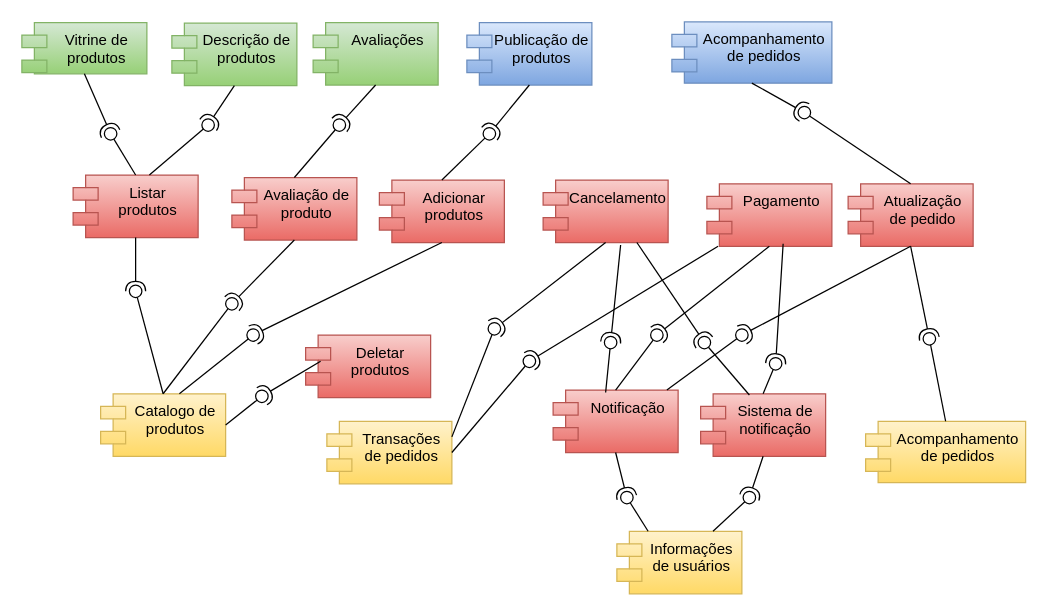
This is Diagrama de Componente.drawio from davimicale/Patinho-Feio-do-Legume, a draw.io file, before an edit. Source tidied: cells renumbered, new cells numbered last; positions are measured from the earlier drawing's top-left corner, leaving out a move shared by most shapes. Both pictures are drawn from the tidied source at 125%, with x=0, y=0 at pixel (21, 21).
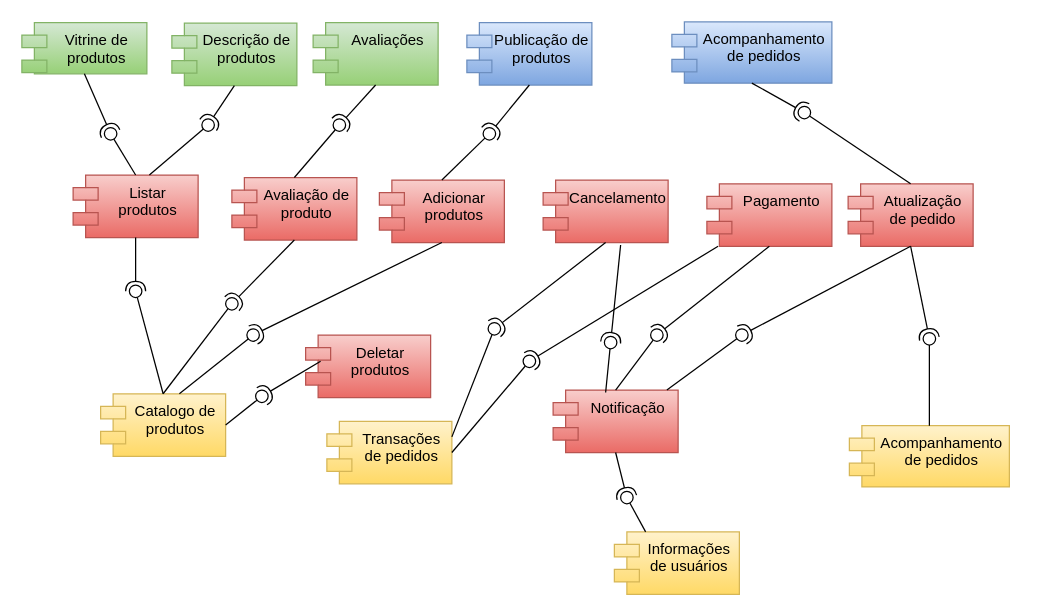
The same diagram, later.

The change refers to these unchanged cells:
```xml
<mxCell id="7" value="Pagamento" style="shape=module;align=left;spacingLeft=20;align=center;verticalAlign=top;whiteSpace=wrap;html=1;fillColor=#f8cecc;gradientColor=#ea6b66;strokeColor=#b85450;" parent="1" vertex="1">
  <mxGeometry x="548" y="129.5" width="100" height="50" as="geometry" />
</mxCell>
<mxCell id="9" value="Cancelamento" style="shape=module;align=left;spacingLeft=20;align=center;verticalAlign=top;whiteSpace=wrap;html=1;fillColor=#f8cecc;gradientColor=#ea6b66;strokeColor=#b85450;" parent="1" vertex="1">
  <mxGeometry x="417" y="126.5" width="100" height="50" as="geometry" />
</mxCell>
<mxCell id="54" style="ellipse;whiteSpace=wrap;html=1;align=center;fillColor=none;strokeColor=none;perimeter=centerPerimeter;points=[];outlineConnect=1;" parent="1" vertex="1">
  <mxGeometry x="577" y="375.5" width="10" height="10" as="geometry" />
</mxCell>
<mxCell id="60" style="ellipse;whiteSpace=wrap;html=1;align=center;fillColor=none;strokeColor=none;perimeter=centerPerimeter;points=[];outlineConnect=1;" parent="1" vertex="1">
  <mxGeometry x="541" y="251.5" width="10" height="10" as="geometry" />
</mxCell>
```

Diff of the diagram source:
```diff
@@
-    <mxCell id="15" value="Sistema de notificação" style="shape=module;align=left;spacingLeft=20;align=center;verticalAlign=top;whiteSpace=wrap;html=1;fillColor=#f8cecc;gradientColor=#ea6b66;strokeColor=#b85450;" parent="1" vertex="1">
-      <mxGeometry x="543" y="297.5" width="100" height="50" as="geometry" />
-    </mxCell>
@@
     <mxCell id="17" value="Informações de usuários" style="shape=module;align=left;spacingLeft=20;align=center;verticalAlign=top;whiteSpace=wrap;html=1;fillColor=#fff2cc;gradientColor=#ffd966;strokeColor=#d6b656;" parent="1" vertex="1">
-      <mxGeometry x="476" y="407.5" width="100" height="50" as="geometry" />
+      <mxGeometry x="474" y="408" width="100" height="50" as="geometry" />
     </mxCell>
@@
-    <mxCell id="52" style="rounded=0;jettySize=auto;html=1;endArrow=halfCircle;endFill=0;endSize=6;strokeWidth=1;sketch=0;exitX=0.5;exitY=1;exitDx=0;exitDy=0;" parent="1" edge="1" source="15" target="54">
-      <mxGeometry relative="1" as="geometry" />
-    </mxCell>
-    <mxCell id="53" style="rounded=0;jettySize=auto;html=1;endArrow=oval;endFill=0;sketch=0;sourcePerimeterSpacing=0;targetPerimeterSpacing=0;endSize=10;" parent="1" edge="1" source="17" target="54">
-      <mxGeometry relative="1" as="geometry" />
-    </mxCell>
@@
-    <mxCell id="55" style="rounded=0;jettySize=auto;html=1;endArrow=halfCircle;endFill=0;endSize=6;strokeWidth=1;sketch=0;exitX=0.61;exitY=0.96;exitDx=0;exitDy=0;exitPerimeter=0;" parent="1" edge="1" source="7" target="57">
-      <mxGeometry relative="1" as="geometry" />
-    </mxCell>
-    <mxCell id="56" style="rounded=0;jettySize=auto;html=1;endArrow=oval;endFill=0;sketch=0;sourcePerimeterSpacing=0;targetPerimeterSpacing=0;endSize=10;exitX=0.5;exitY=0;exitDx=0;exitDy=0;" parent="1" edge="1" source="15" target="57">
-      <mxGeometry relative="1" as="geometry" />
-    </mxCell>
-    <mxCell id="57" style="ellipse;whiteSpace=wrap;html=1;align=center;fillColor=none;strokeColor=none;perimeter=centerPerimeter;points=[];outlineConnect=1;" parent="1" vertex="1">
-      <mxGeometry x="598" y="268.5" width="10" height="10" as="geometry" />
-    </mxCell>
-    <mxCell id="58" style="rounded=0;jettySize=auto;html=1;endArrow=halfCircle;endFill=0;endSize=6;strokeWidth=1;sketch=0;exitX=0.75;exitY=1;exitDx=0;exitDy=0;" parent="1" edge="1" source="9" target="60">
-      <mxGeometry relative="1" as="geometry" />
-    </mxCell>
-    <mxCell id="59" style="rounded=0;jettySize=auto;html=1;endArrow=oval;endFill=0;sketch=0;sourcePerimeterSpacing=0;targetPerimeterSpacing=0;endSize=10;exitX=0.39;exitY=0.02;exitDx=0;exitDy=0;exitPerimeter=0;" parent="1" edge="1" source="15" target="60">
-      <mxGeometry relative="1" as="geometry" />
-    </mxCell>
@@
     <mxCell id="67" value="Acompanhamento de pedidos&lt;div&gt;&lt;br&gt;&lt;/div&gt;" style="shape=module;align=left;spacingLeft=20;align=center;verticalAlign=top;whiteSpace=wrap;html=1;fillColor=#fff2cc;gradientColor=#ffd966;strokeColor=#d6b656;" parent="1" vertex="1">
-      <mxGeometry x="675" y="319.5" width="128" height="49" as="geometry" />
+      <mxGeometry x="662" y="323" width="128" height="49" as="geometry" />
     </mxCell>
```
